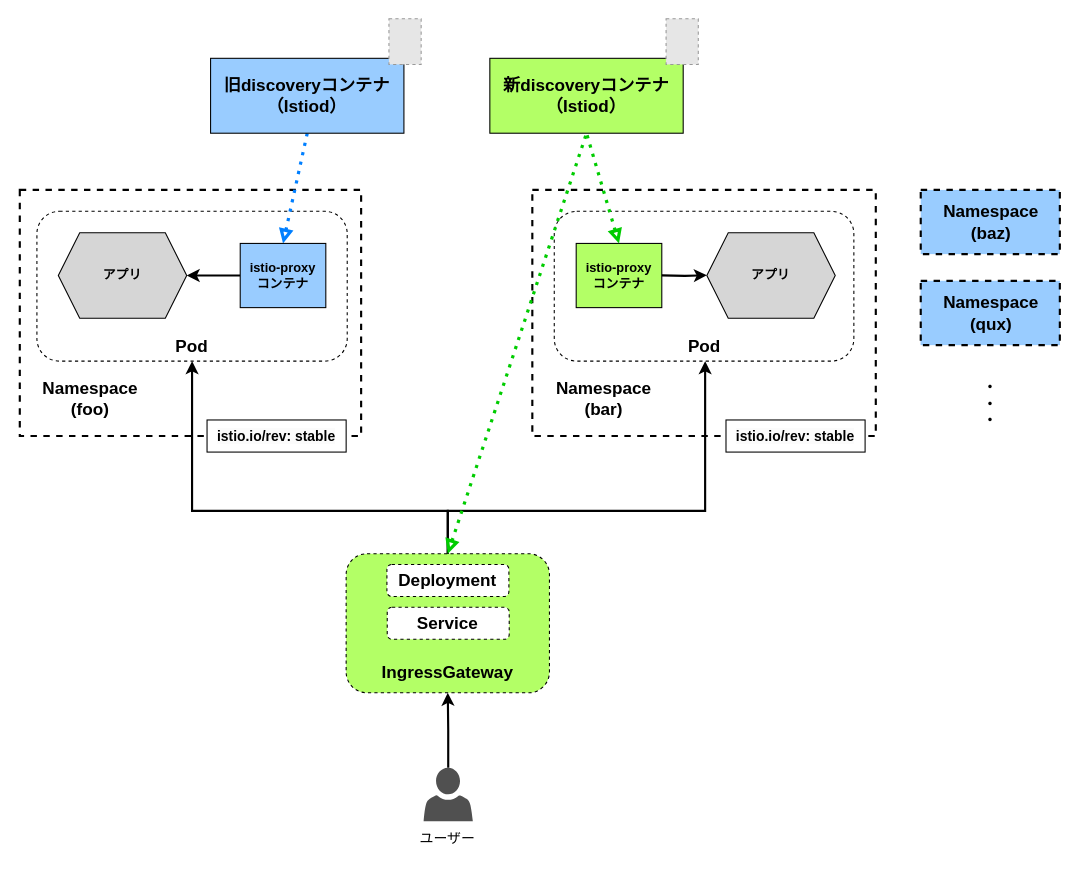
Above: page "istio_canary-upgrade_4" (8 of 18) of images/drawio/istio/upgrade_istio.drawio in hiroki-it/tech-notebook-images (draw.io), before the change. Source tidied: cells renumbered, new cells numbered last; positions are measured from the earlier drawing's top-left corner, leaving out a move shared by most shapes. Both pictures are drawn from the tidied source at 107%, with x=0, y=0 at pixel (19, 18). Pictures stored in the file or linked from it are replaced by grey dashed boxes.
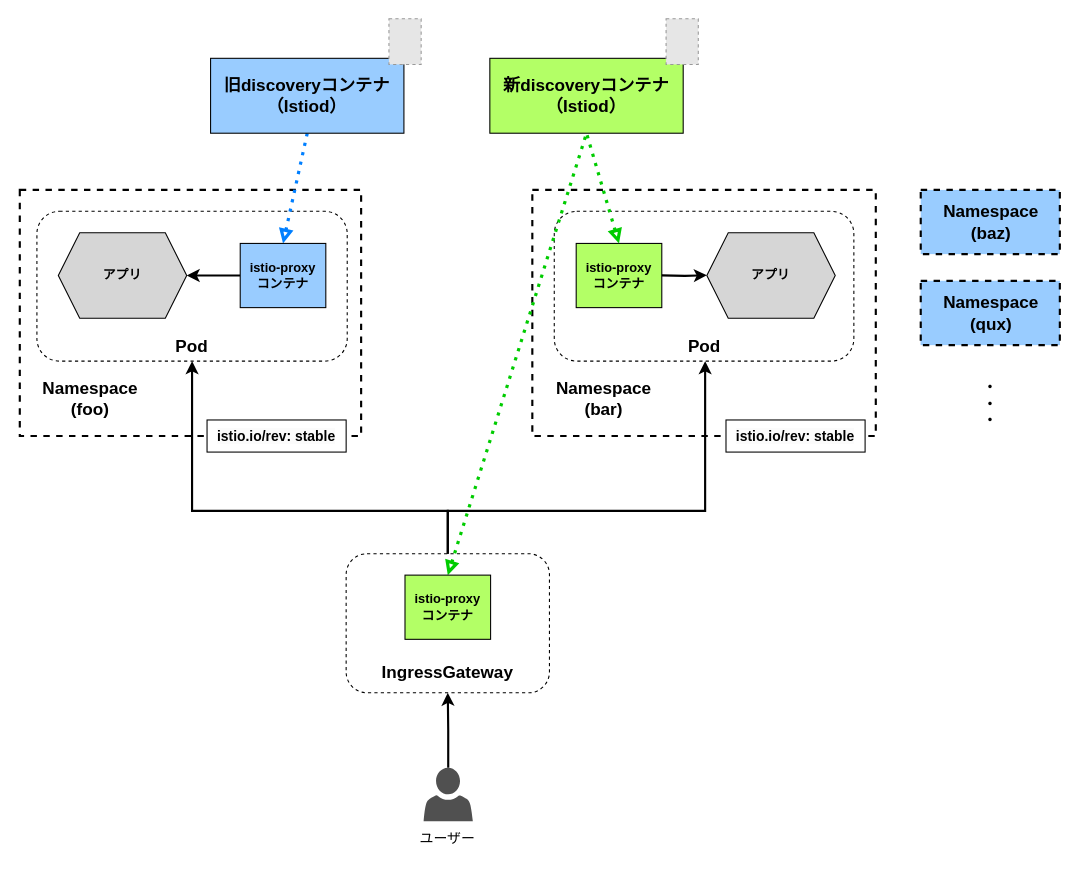
The same diagram, later.

The change refers to these unchanged cells:
```xml
<mxCell id="23" value="&lt;b style=&quot;font-size: 16px;&quot;&gt;新discoveryコンテナ&lt;br style=&quot;border-color: var(--border-color); padding: 0px; margin: 0px;&quot;&gt;（Istiod）&lt;/b&gt;" style="text;html=1;strokeColor=default;fillColor=#B3FF66;align=center;verticalAlign=middle;whiteSpace=wrap;rounded=0;" parent="22" vertex="1">
  <mxGeometry x="19.3" y="20" width="180.7" height="70" as="geometry" />
</mxCell>
```

What changed in the source:
```diff
@@
-    <mxCell id="2" style="rounded=1;whiteSpace=wrap;html=1;fillColor=#B3FF66;gradientColor=none;dashed=1;" parent="1" vertex="1">
+    <mxCell id="2" style="rounded=1;whiteSpace=wrap;html=1;fillColor=default;gradientColor=none;dashed=1;" parent="1" vertex="1">
       <mxGeometry x="305" y="500" width="190" height="130" as="geometry" />
     </mxCell>
@@
-    <mxCell id="33" style="endArrow=none;startArrow=block;html=1;rounded=0;strokeColor=#00CC00;fontFamily=Helvetica;fontSize=12;fontColor=default;exitX=0.5;exitY=0;exitDx=0;exitDy=0;startFill=0;endFill=0;strokeWidth=3;dashed=1;dashPattern=1 2;entryX=0.5;entryY=1;entryDx=0;entryDy=0;" parent="1" edge="1" source="2" target="23">
+    <mxCell id="33" style="endArrow=none;startArrow=block;html=1;rounded=0;strokeColor=#00CC00;fontFamily=Helvetica;fontSize=12;fontColor=default;exitX=0.5;exitY=0;exitDx=0;exitDy=0;startFill=0;endFill=0;strokeWidth=3;dashed=1;dashPattern=1 2;entryX=0.5;entryY=1;entryDx=0;entryDy=0;" parent="1" edge="1" source="50" target="23">
       <mxGeometry relative="1" as="geometry" />
     </mxCell>
@@
-    <mxCell id="37" value="Deployment" style="rounded=1;whiteSpace=wrap;html=1;fillColor=default;gradientColor=none;dashed=1;fontStyle=1;fontSize=16;" parent="1" vertex="1">
-      <mxGeometry x="343.1" y="510" width="114" height="30" as="geometry" />
-    </mxCell>
-    <mxCell id="38" value="&lt;font style=&quot;font-size: 16px;&quot;&gt;Service&lt;/font&gt;" style="rounded=1;whiteSpace=wrap;html=1;fillColor=default;gradientColor=none;dashed=1;fontStyle=1;" parent="1" vertex="1">
-      <mxGeometry x="343.4" y="550" width="114" height="30" as="geometry" />
-    </mxCell>
@@
+    <mxCell id="50" value="&lt;b&gt;istio-proxy&lt;br&gt;コンテナ&lt;br&gt;&lt;/b&gt;" style="rounded=0;whiteSpace=wrap;html=1;fillColor=#B3FF66;strokeColor=default;direction=east;gradientColor=none;" parent="1" vertex="1">
+      <mxGeometry x="360" y="520" width="80" height="60" as="geometry" />
+    </mxCell>
```
